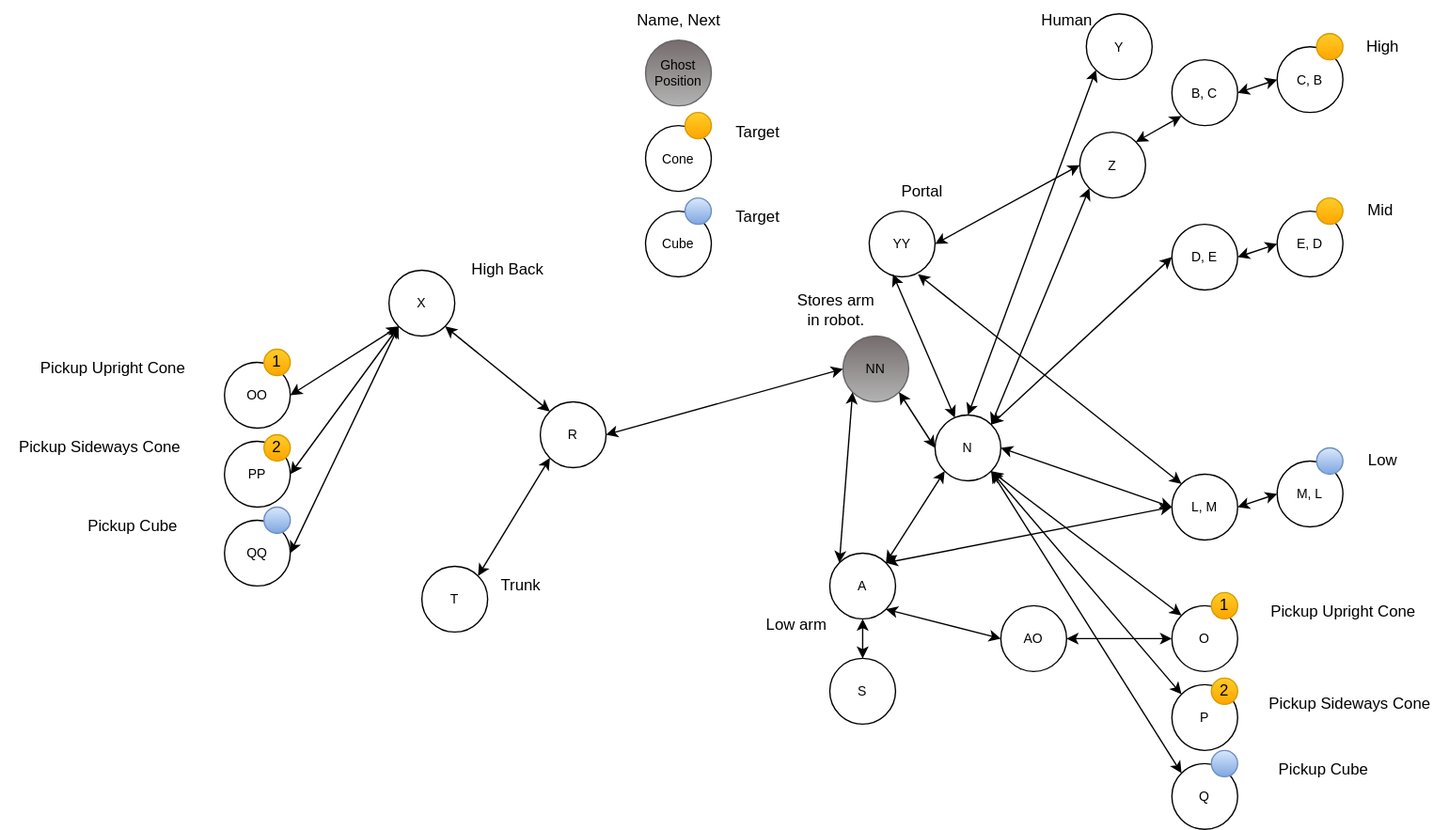
Before: src/main/java/frc/robot/subsystems/Arm/arm.drawio.svg, a diagram exported from draw.io (RossRambotics/2023-ChargedUp). Source tidied: cells renumbered, new cells last; positions are measured from the earlier drawing's top-left corner, leaving out a move shared by most shapes.
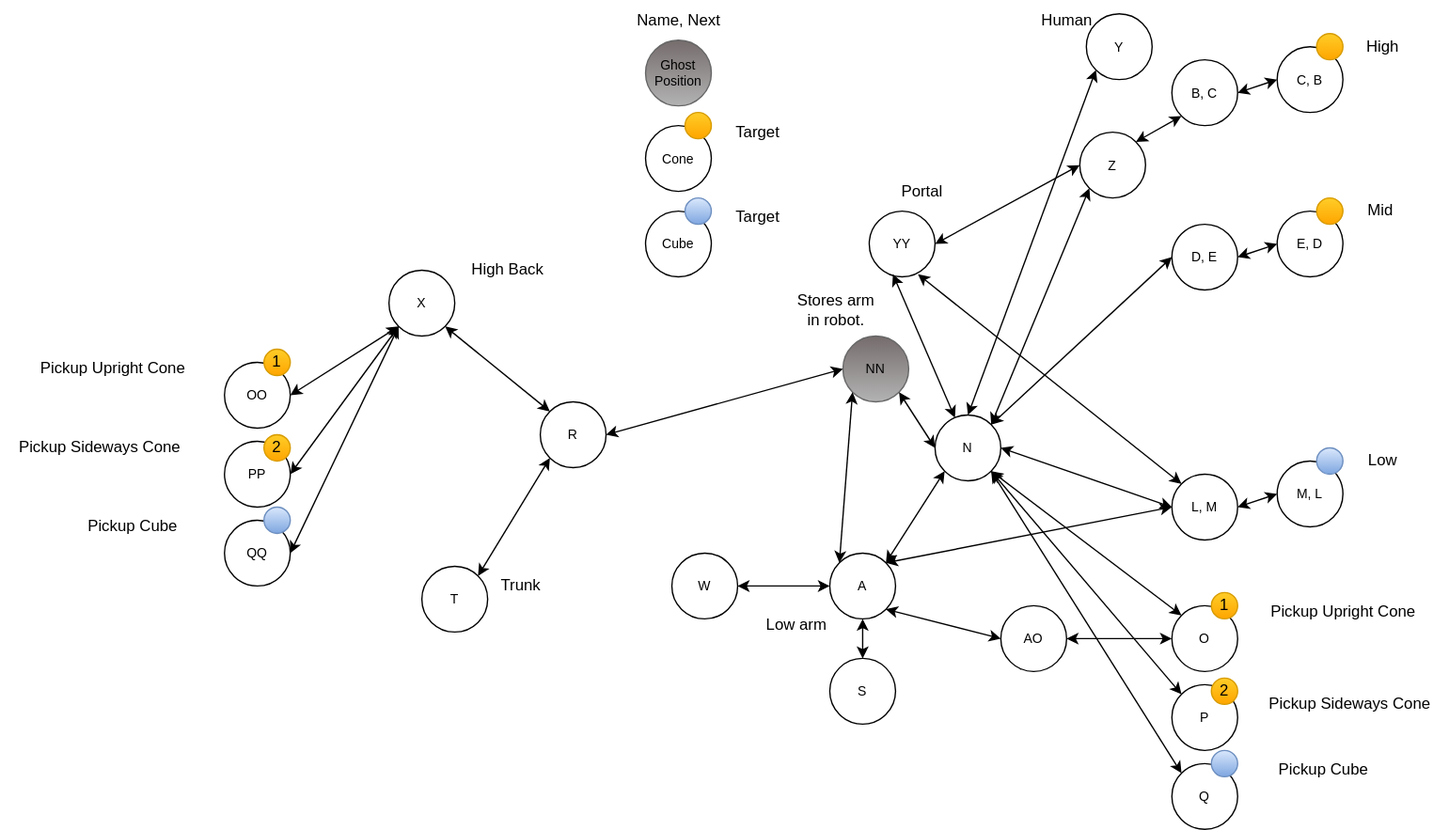
The same file after the commit.

The edit, as a diff of the source:
```diff
@@ -253,5 +253,11 @@
     <mxCell id="84" style="edgeStyle=none;html=1;exitX=0;exitY=0.5;exitDx=0;exitDy=0;fontSize=10;startArrow=classic;startFill=1;entryX=1;entryY=0.5;entryDx=0;entryDy=0;" parent="1" edge="1" source="76" target="81">
       <mxGeometry relative="1" as="geometry" />
     </mxCell>
+    <mxCell id="85" value="W" style="ellipse;whiteSpace=wrap;html=1;fontSize=10;" parent="1" vertex="1">
+      <mxGeometry x="510" y="420" width="50" height="50" as="geometry" />
+    </mxCell>
+    <mxCell id="86" style="edgeStyle=none;html=1;entryX=1;entryY=0.5;entryDx=0;entryDy=0;fontSize=10;startArrow=classic;startFill=1;exitX=0;exitY=0.5;exitDx=0;exitDy=0;" parent="1" edge="1" source="23" target="85">
+      <mxGeometry relative="1" as="geometry" />
+    </mxCell>
   </root>
 </mxGraphModel>
```
